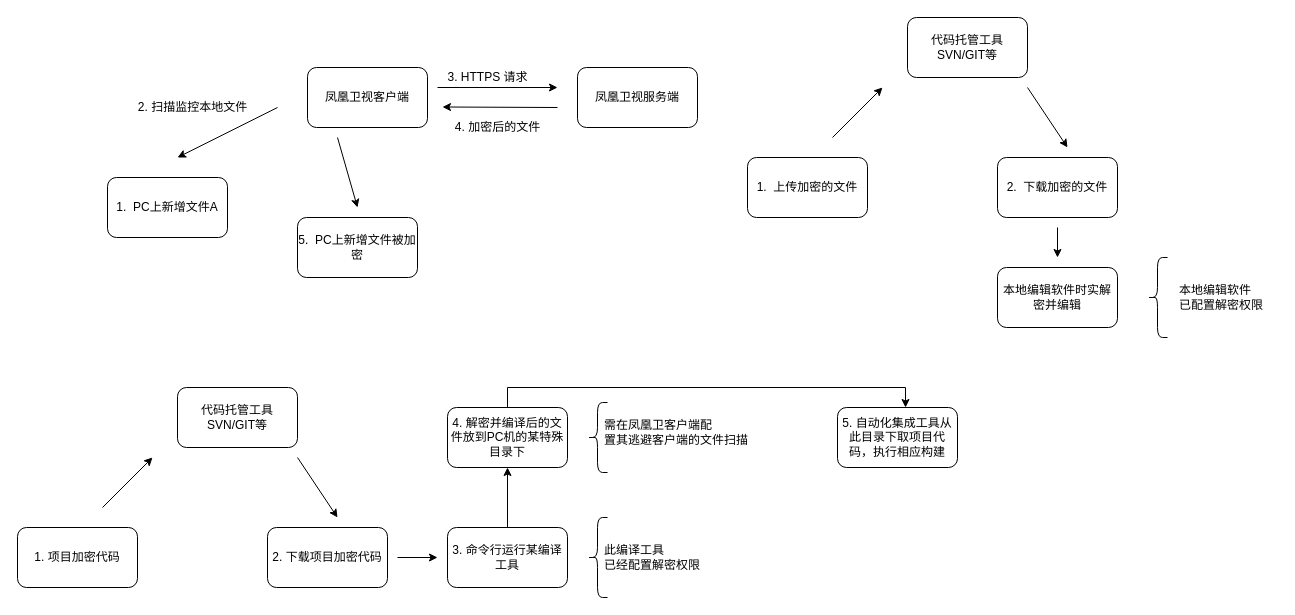
Before: decrypt_encrypt.drawio in Chenguoqing2008/drawio, a draw.io diagram. Source tidied: cells renumbered, new cells numbered last; positions are measured from the earlier drawing's top-left corner, leaving out a move shared by most shapes. Both pictures are drawn from the tidied source at 100%, with x=0, y=0 at pixel (17, 17).
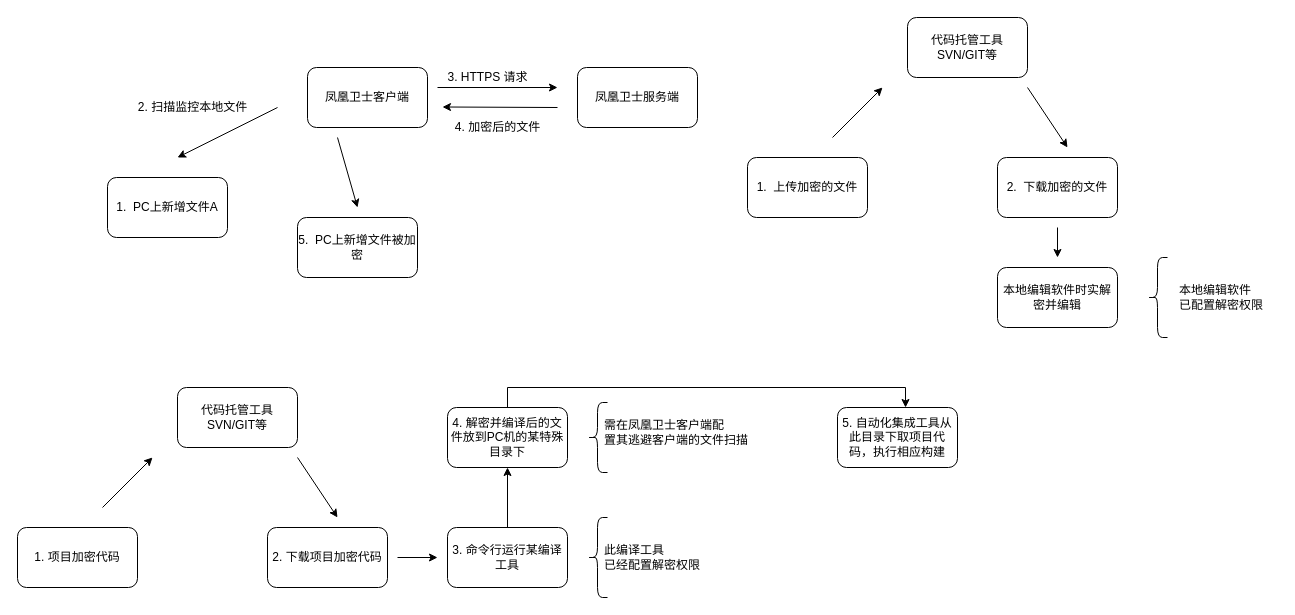
Above is the later version.

The edit, as a diff of the source:
```diff
@@
-    <mxCell id="3" value="凤凰卫视客户端" style="rounded=1;whiteSpace=wrap;html=1;" parent="1" vertex="1">
+    <mxCell id="3" value="凤凰卫士客户端" style="rounded=1;whiteSpace=wrap;html=1;" parent="1" vertex="1">
       <mxGeometry x="290" y="50" width="120" height="60" as="geometry" />
     </mxCell>
@@
-    <mxCell id="6" value="凤凰卫视服务端" style="rounded=1;whiteSpace=wrap;html=1;" parent="1" vertex="1">
+    <mxCell id="6" value="凤凰卫士服务端" style="rounded=1;whiteSpace=wrap;html=1;" parent="1" vertex="1">
       <mxGeometry x="560" y="50" width="120" height="60" as="geometry" />
     </mxCell>
@@
-    <mxCell id="35" value="需在凤凰卫客户端配&lt;br&gt;置其逃避客户端的文件扫描" style="text;html=1;align=left;verticalAlign=middle;" parent="1" vertex="1">
+    <mxCell id="35" value="需在凤凰卫士客户端配&lt;br&gt;置其逃避客户端的文件扫描" style="text;html=1;align=left;verticalAlign=middle;" parent="1" vertex="1">
       <mxGeometry x="585" y="400" width="160" height="30" as="geometry" />
     </mxCell>
```
